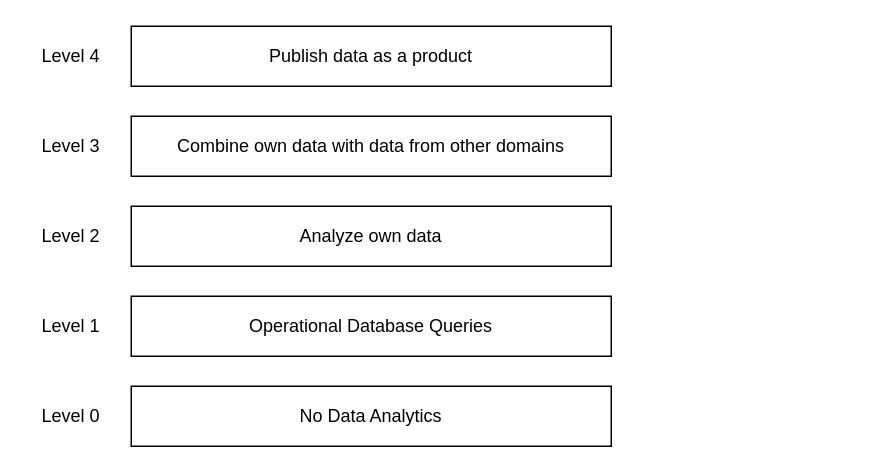
Earlier version of the draw.io diagram page "Status Quo" (1 of 2) of diagrams/domainteamjourney.drawio (datamesh-architecture/datamesh-architecture.com). Source tidied: cells renumbered, new cells numbered last; positions are measured from the earlier drawing's top-left corner, leaving out a move shared by most shapes. Both pictures are drawn from the tidied source at 150%, with x=0, y=0 at pixel (26, 26).
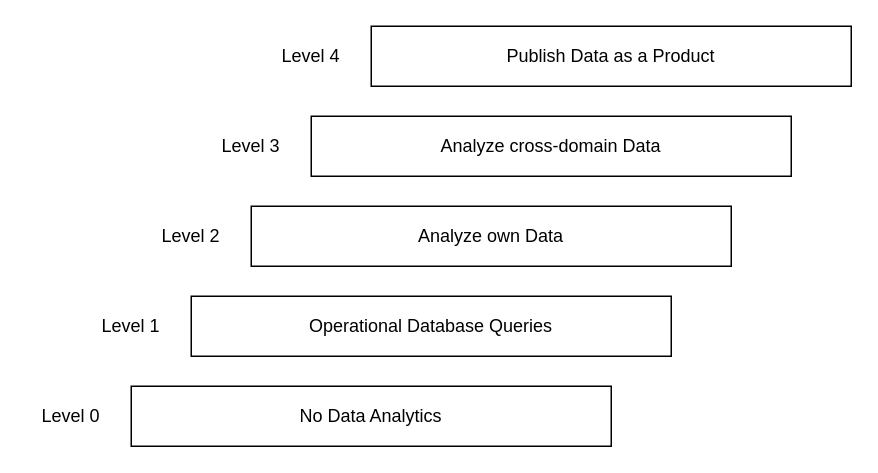
The same page after the edit.

Change to the diagram source:
```diff
@@
 <mxGraphModel>
   <root>
     <mxCell id="0" />
     <mxCell id="1" parent="0" />
     <mxCell id="2" value="No Data Analytics" style="rounded=0;whiteSpace=wrap;html=1;" parent="1" vertex="1">
       <mxGeometry x="70" y="240" width="320" height="40" as="geometry" />
     </mxCell>
     <mxCell id="3" value="Operational Database Queries" style="rounded=0;whiteSpace=wrap;html=1;" parent="1" vertex="1">
-      <mxGeometry x="70" y="180" width="320" height="40" as="geometry" />
+      <mxGeometry x="110" y="180" width="320" height="40" as="geometry" />
     </mxCell>
-    <mxCell id="4" value="Analyze own data" style="rounded=0;whiteSpace=wrap;html=1;" parent="1" vertex="1">
-      <mxGeometry x="70" y="120" width="320" height="40" as="geometry" />
+    <mxCell id="4" value="Analyze own Data" style="rounded=0;whiteSpace=wrap;html=1;" parent="1" vertex="1">
+      <mxGeometry x="150" y="120" width="320" height="40" as="geometry" />
     </mxCell>
-    <mxCell id="5" value="Combine own data with data from other domains" style="rounded=0;whiteSpace=wrap;html=1;" parent="1" vertex="1">
-      <mxGeometry x="70" y="60" width="320" height="40" as="geometry" />
+    <mxCell id="5" value="Analyze cross-domain Data" style="rounded=0;whiteSpace=wrap;html=1;" parent="1" vertex="1">
+      <mxGeometry x="190" y="60" width="320" height="40" as="geometry" />
     </mxCell>
-    <mxCell id="6" value="Publish data as a product" style="rounded=0;whiteSpace=wrap;html=1;" parent="1" vertex="1">
-      <mxGeometry x="70" width="320" height="40" as="geometry" />
+    <mxCell id="6" value="Publish Data as a Product" style="rounded=0;whiteSpace=wrap;html=1;" parent="1" vertex="1">
+      <mxGeometry x="230" width="320" height="40" as="geometry" />
     </mxCell>
     <mxCell id="7" value="Level 4" style="text;html=1;strokeColor=none;fillColor=none;align=center;verticalAlign=middle;whiteSpace=wrap;rounded=0;" parent="1" vertex="1">
-      <mxGeometry y="5" width="60" height="30" as="geometry" />
+      <mxGeometry x="160" y="5" width="60" height="30" as="geometry" />
     </mxCell>
     <mxCell id="8" value="Level 3" style="text;html=1;strokeColor=none;fillColor=none;align=center;verticalAlign=middle;whiteSpace=wrap;rounded=0;" parent="1" vertex="1">
-      <mxGeometry y="65" width="60" height="30" as="geometry" />
+      <mxGeometry x="120" y="65" width="60" height="30" as="geometry" />
     </mxCell>
     <mxCell id="9" value="Level 2" style="text;html=1;strokeColor=none;fillColor=none;align=center;verticalAlign=middle;whiteSpace=wrap;rounded=0;" parent="1" vertex="1">
-      <mxGeometry y="125" width="60" height="30" as="geometry" />
+      <mxGeometry x="80" y="125" width="60" height="30" as="geometry" />
     </mxCell>
     <mxCell id="10" value="Level 1" style="text;html=1;strokeColor=none;fillColor=none;align=center;verticalAlign=middle;whiteSpace=wrap;rounded=0;" parent="1" vertex="1">
-      <mxGeometry y="185" width="60" height="30" as="geometry" />
+      <mxGeometry x="40" y="185" width="60" height="30" as="geometry" />
     </mxCell>
     <mxCell id="11" value="Level 0" style="text;html=1;strokeColor=none;fillColor=none;align=center;verticalAlign=middle;whiteSpace=wrap;rounded=0;" parent="1" vertex="1">
       <mxGeometry y="245" width="60" height="30" as="geometry" />
     </mxCell>
   </root>
 </mxGraphModel>
```
